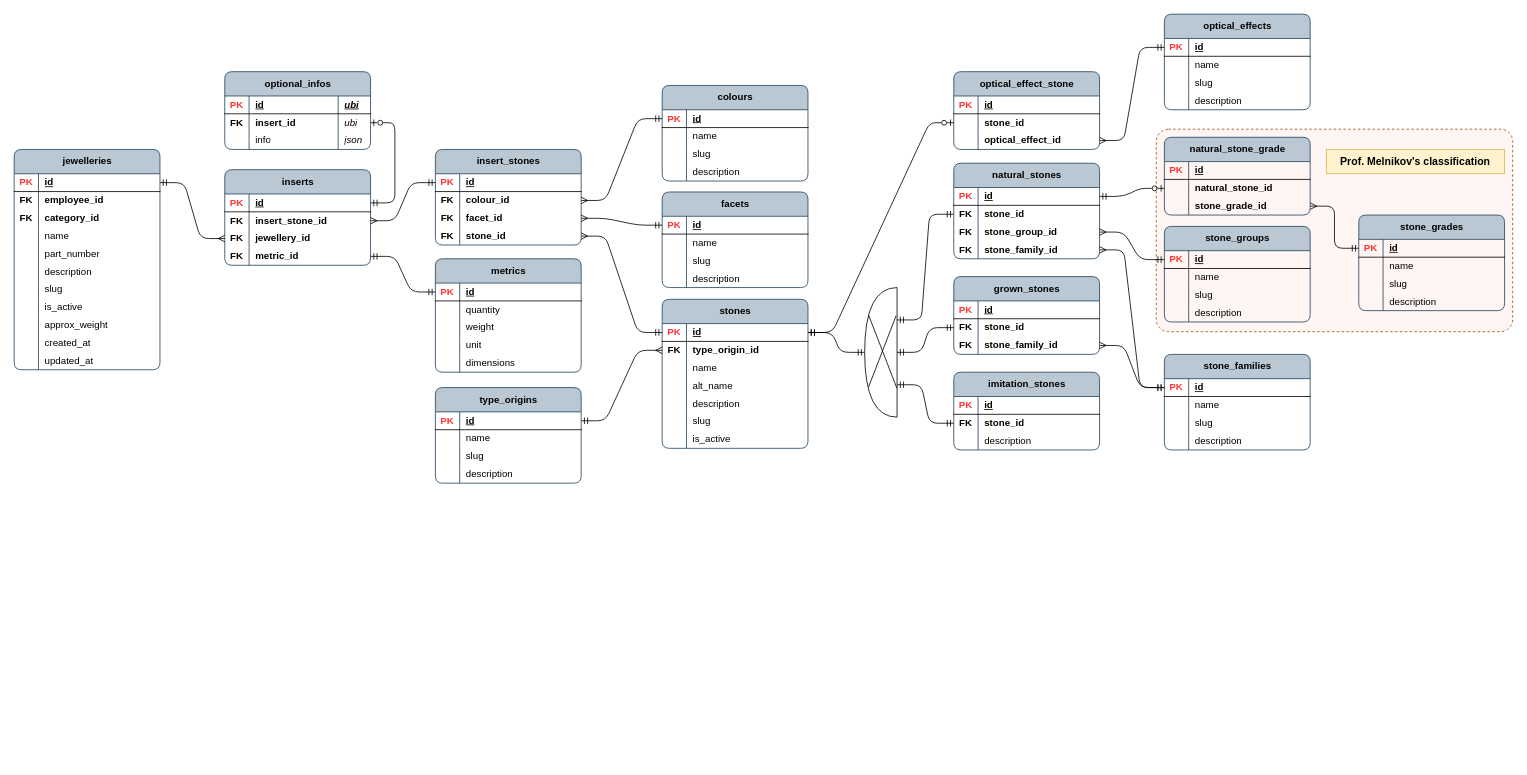
This is page "psql_inserts" (2 of 15) of publisher/laravel-app/psql_jewellery_items.drawio from Local-development-environment/msg-brokers-publisher-consumer, a draw.io file, before an edit. Source tidied: cells renumbered, new cells numbered last; positions are measured from the earlier drawing's top-left corner, leaving out a move shared by most shapes. Both pictures are drawn from the tidied source at 81%, with x=0, y=0 at pixel (14, 14).
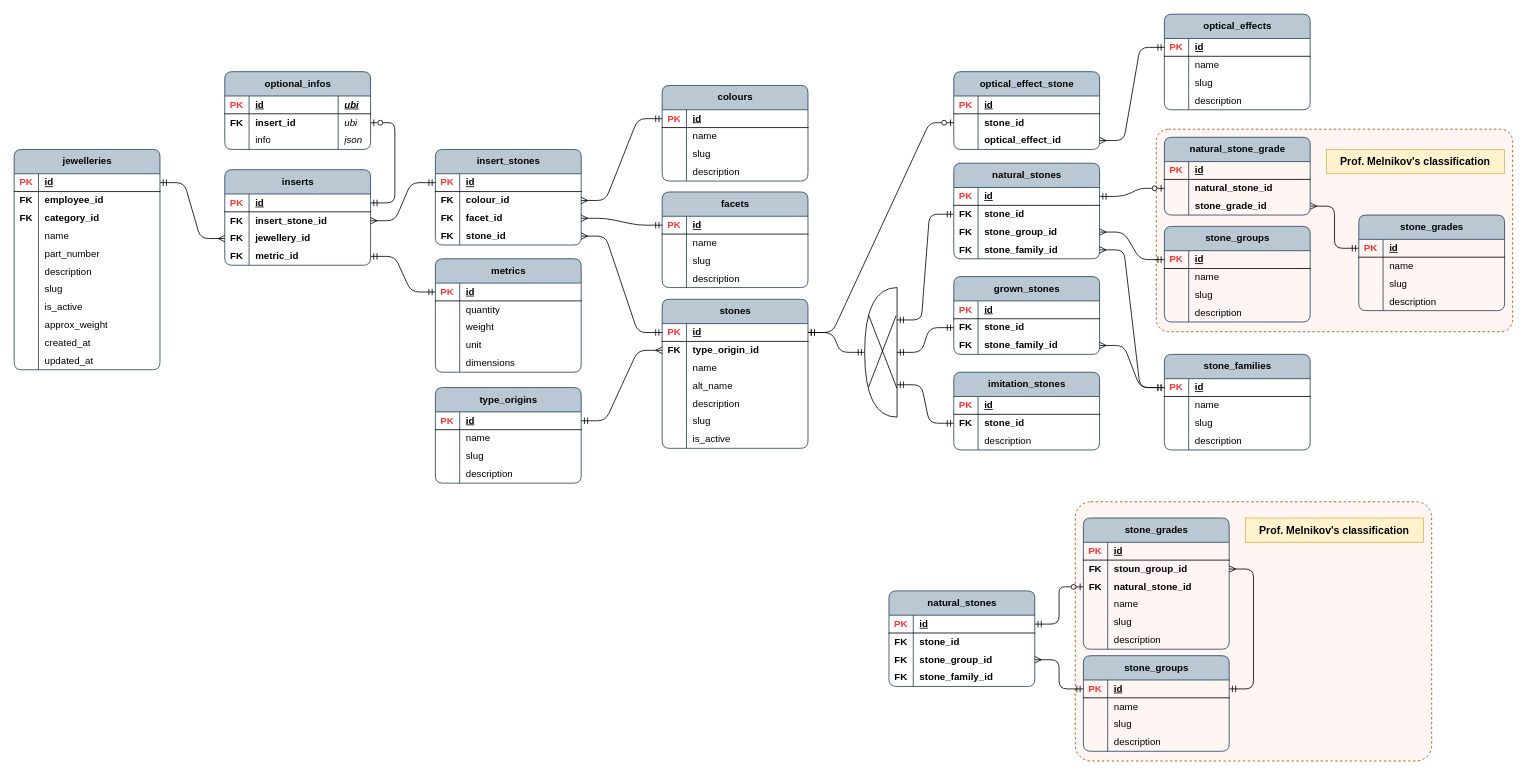
The same diagram, later.

What changed in the source:
```diff
@@
+    <mxCell id="281" style="rounded=1;whiteSpace=wrap;html=1;fillOpacity=100;dashed=1;strokeColor=#994C00;arcSize=6;fillColor=#FFF5F2;fillStyle=solid;" parent="1" vertex="1">
+      <mxGeometry x="1310" y="602" width="440" height="320" as="geometry" />
+    </mxCell>
+    <mxCell id="282" value="stone_groups" style="shape=table;startSize=30;childLayout=tableLayout;rowLines=0;fontStyle=1;align=center;html=1;rounded=1;labelBackgroundColor=none;swimlaneFillColor=none;fillColor=#bac8d3;strokeColor=#23445d;arcSize=10;" parent="1" vertex="1">
+      <mxGeometry x="1320" y="792" width="180" height="118" as="geometry" />
+    </mxCell>
+    <mxCell id="283" style="shape=tableRow;horizontal=0;startSize=0;swimlaneHead=0;swimlaneBody=0;fillColor=none;points=[[0,0.5],[1,0.5]];portConstraint=eastwest;top=0;left=0;right=0;bottom=1;rounded=1;labelBackgroundColor=none;swimlaneFillColor=none;strokeColor=default;shadow=0;" parent="282" vertex="1">
+      <mxGeometry y="30" width="180" height="22" as="geometry" />
+    </mxCell>
+    <mxCell id="284" value="&lt;font color=&quot;#ff3333&quot;&gt;PK&lt;/font&gt;" style="shape=partialRectangle;fillColor=none;top=0;left=0;bottom=0;right=0;fontStyle=1;overflow=hidden;whiteSpace=wrap;html=1;rounded=1;labelBackgroundColor=none;noLabel=0;" parent="283" vertex="1">
+      <mxGeometry width="30" height="22" as="geometry" />
+    </mxCell>
+    <mxCell id="285" value="id" style="shape=partialRectangle;fillColor=none;top=0;left=0;bottom=0;right=0;align=left;spacingLeft=6;fontStyle=5;overflow=hidden;whiteSpace=wrap;html=1;rounded=1;labelBackgroundColor=none;" parent="283" vertex="1">
+      <mxGeometry x="30" width="150" height="22" as="geometry" />
+    </mxCell>
+    <mxCell id="286" style="shape=tableRow;horizontal=0;startSize=0;swimlaneHead=0;swimlaneBody=0;fillColor=none;top=0;left=0;right=0;bottom=0;rounded=1;labelBackgroundColor=none;" parent="282" vertex="1">
+      <mxGeometry y="52" width="180" height="22" as="geometry" />
+    </mxCell>
+    <mxCell id="287" style="shape=partialRectangle;fillColor=none;top=0;left=0;bottom=0;right=0;overflow=hidden;whiteSpace=wrap;html=1;rounded=1;labelBackgroundColor=none;" parent="286" vertex="1">
+      <mxGeometry width="30" height="22" as="geometry" />
+    </mxCell>
+    <mxCell id="288" value="name" style="shape=partialRectangle;fillColor=none;top=0;left=0;bottom=0;right=0;align=left;spacingLeft=6;overflow=hidden;whiteSpace=wrap;html=1;rounded=1;labelBackgroundColor=none;" parent="286" vertex="1">
+      <mxGeometry x="30" width="150" height="22" as="geometry" />
+    </mxCell>
+    <mxCell id="289" style="shape=tableRow;horizontal=0;startSize=0;swimlaneHead=0;swimlaneBody=0;fillColor=none;top=0;left=0;right=0;bottom=0;rounded=1;labelBackgroundColor=none;" parent="282" vertex="1">
+      <mxGeometry y="74" width="180" height="22" as="geometry" />
+    </mxCell>
+    <mxCell id="290" style="shape=partialRectangle;fillColor=none;top=0;left=0;bottom=0;right=0;overflow=hidden;whiteSpace=wrap;html=1;rounded=1;labelBackgroundColor=none;" parent="289" vertex="1">
+      <mxGeometry width="30" height="22" as="geometry" />
+    </mxCell>
+    <mxCell id="291" value="slug" style="shape=partialRectangle;fillColor=none;top=0;left=0;bottom=0;right=0;align=left;spacingLeft=6;overflow=hidden;whiteSpace=wrap;html=1;rounded=1;labelBackgroundColor=none;" parent="289" vertex="1">
+      <mxGeometry x="30" width="150" height="22" as="geometry" />
+    </mxCell>
+    <mxCell id="292" style="shape=tableRow;horizontal=0;startSize=0;swimlaneHead=0;swimlaneBody=0;fillColor=none;top=0;left=0;right=0;bottom=0;rounded=1;labelBackgroundColor=none;" parent="282" vertex="1">
+      <mxGeometry y="96" width="180" height="22" as="geometry" />
+    </mxCell>
+    <mxCell id="293" style="shape=partialRectangle;fillColor=none;top=0;left=0;bottom=0;right=0;overflow=hidden;whiteSpace=wrap;html=1;rounded=1;labelBackgroundColor=none;" parent="292" vertex="1">
+      <mxGeometry width="30" height="22" as="geometry" />
+    </mxCell>
+    <mxCell id="294" value="description" style="shape=partialRectangle;fillColor=none;top=0;left=0;bottom=0;right=0;align=left;spacingLeft=6;overflow=hidden;whiteSpace=wrap;html=1;rounded=1;labelBackgroundColor=none;" parent="292" vertex="1">
+      <mxGeometry x="30" width="150" height="22" as="geometry" />
+    </mxCell>
+    <mxCell id="295" value="stone_grades" style="shape=table;startSize=30;childLayout=tableLayout;rowLines=0;fontStyle=1;align=center;html=1;rounded=1;labelBackgroundColor=none;swimlaneFillColor=none;fillColor=#bac8d3;strokeColor=#23445d;arcSize=10;" parent="1" vertex="1">
+      <mxGeometry x="1320" y="622" width="180" height="162" as="geometry" />
+    </mxCell>
+    <mxCell id="296" style="shape=tableRow;horizontal=0;startSize=0;swimlaneHead=0;swimlaneBody=0;fillColor=none;top=0;left=0;right=0;bottom=1;rounded=1;labelBackgroundColor=none;swimlaneFillColor=none;strokeColor=default;shadow=0;" parent="295" vertex="1">
+      <mxGeometry y="30" width="180" height="22" as="geometry" />
+    </mxCell>
+    <mxCell id="297" value="&lt;font color=&quot;#ff3333&quot;&gt;PK&lt;/font&gt;" style="shape=partialRectangle;fillColor=none;top=0;left=0;bottom=0;right=0;fontStyle=1;overflow=hidden;whiteSpace=wrap;html=1;rounded=1;labelBackgroundColor=none;noLabel=0;" parent="296" vertex="1">
+      <mxGeometry width="30" height="22" as="geometry" />
+    </mxCell>
+    <mxCell id="298" value="id" style="shape=partialRectangle;fillColor=none;top=0;left=0;bottom=0;right=0;align=left;spacingLeft=6;fontStyle=5;overflow=hidden;whiteSpace=wrap;html=1;rounded=1;labelBackgroundColor=none;" parent="296" vertex="1">
+      <mxGeometry x="30" width="150" height="22" as="geometry" />
+    </mxCell>
+    <mxCell id="299" style="shape=tableRow;horizontal=0;startSize=0;swimlaneHead=0;swimlaneBody=0;fillColor=none;points=[[0,0.5],[1,0.5]];portConstraint=eastwest;top=0;left=0;right=0;bottom=0;rounded=1;labelBackgroundColor=none;" parent="295" vertex="1">
+      <mxGeometry y="52" width="180" height="22" as="geometry" />
+    </mxCell>
+    <mxCell id="300" value="&lt;b&gt;FK&lt;/b&gt;" style="shape=partialRectangle;fillColor=none;top=0;left=0;bottom=0;right=0;overflow=hidden;whiteSpace=wrap;html=1;rounded=1;labelBackgroundColor=none;" parent="299" vertex="1">
+      <mxGeometry width="30" height="22" as="geometry" />
+    </mxCell>
+    <mxCell id="301" value="&lt;b&gt;stoun_group_id&lt;/b&gt;" style="shape=partialRectangle;fillColor=none;top=0;left=0;bottom=0;right=0;align=left;spacingLeft=6;overflow=hidden;whiteSpace=wrap;html=1;rounded=1;labelBackgroundColor=none;" parent="299" vertex="1">
+      <mxGeometry x="30" width="150" height="22" as="geometry" />
+    </mxCell>
+    <mxCell id="302" style="shape=tableRow;horizontal=0;startSize=0;swimlaneHead=0;swimlaneBody=0;fillColor=none;points=[[0,0.5],[1,0.5]];portConstraint=eastwest;top=0;left=0;right=0;bottom=0;rounded=1;labelBackgroundColor=none;" parent="295" vertex="1">
+      <mxGeometry y="74" width="180" height="22" as="geometry" />
+    </mxCell>
+    <mxCell id="303" value="&lt;b&gt;FK&lt;/b&gt;" style="shape=partialRectangle;fillColor=none;top=0;left=0;bottom=0;right=0;overflow=hidden;whiteSpace=wrap;html=1;rounded=1;labelBackgroundColor=none;" parent="302" vertex="1">
+      <mxGeometry width="30" height="22" as="geometry" />
+    </mxCell>
+    <mxCell id="304" value="&lt;b&gt;natural_stone_id&lt;/b&gt;" style="shape=partialRectangle;fillColor=none;top=0;left=0;bottom=0;right=0;align=left;spacingLeft=6;overflow=hidden;whiteSpace=wrap;html=1;rounded=1;labelBackgroundColor=none;" parent="302" vertex="1">
+      <mxGeometry x="30" width="150" height="22" as="geometry" />
+    </mxCell>
+    <mxCell id="305" style="shape=tableRow;horizontal=0;startSize=0;swimlaneHead=0;swimlaneBody=0;fillColor=none;top=0;left=0;right=0;bottom=0;rounded=1;labelBackgroundColor=none;" parent="295" vertex="1">
+      <mxGeometry y="96" width="180" height="22" as="geometry" />
+    </mxCell>
+    <mxCell id="306" style="shape=partialRectangle;fillColor=none;top=0;left=0;bottom=0;right=0;overflow=hidden;whiteSpace=wrap;html=1;rounded=1;labelBackgroundColor=none;" parent="305" vertex="1">
+      <mxGeometry width="30" height="22" as="geometry" />
+    </mxCell>
+    <mxCell id="307" value="name" style="shape=partialRectangle;fillColor=none;top=0;left=0;bottom=0;right=0;align=left;spacingLeft=6;overflow=hidden;whiteSpace=wrap;html=1;rounded=1;labelBackgroundColor=none;" parent="305" vertex="1">
+      <mxGeometry x="30" width="150" height="22" as="geometry" />
+    </mxCell>
+    <mxCell id="308" style="shape=tableRow;horizontal=0;startSize=0;swimlaneHead=0;swimlaneBody=0;fillColor=none;top=0;left=0;right=0;bottom=0;rounded=1;labelBackgroundColor=none;" parent="295" vertex="1">
+      <mxGeometry y="118" width="180" height="22" as="geometry" />
+    </mxCell>
+    <mxCell id="309" style="shape=partialRectangle;fillColor=none;top=0;left=0;bottom=0;right=0;overflow=hidden;whiteSpace=wrap;html=1;rounded=1;labelBackgroundColor=none;" parent="308" vertex="1">
+      <mxGeometry width="30" height="22" as="geometry" />
+    </mxCell>
+    <mxCell id="310" value="slug" style="shape=partialRectangle;fillColor=none;top=0;left=0;bottom=0;right=0;align=left;spacingLeft=6;overflow=hidden;whiteSpace=wrap;html=1;rounded=1;labelBackgroundColor=none;" parent="308" vertex="1">
+      <mxGeometry x="30" width="150" height="22" as="geometry" />
+    </mxCell>
+    <mxCell id="311" style="shape=tableRow;horizontal=0;startSize=0;swimlaneHead=0;swimlaneBody=0;fillColor=none;top=0;left=0;right=0;bottom=0;rounded=1;labelBackgroundColor=none;" parent="295" vertex="1">
+      <mxGeometry y="140" width="180" height="22" as="geometry" />
+    </mxCell>
+    <mxCell id="312" style="shape=partialRectangle;fillColor=none;top=0;left=0;bottom=0;right=0;overflow=hidden;whiteSpace=wrap;html=1;rounded=1;labelBackgroundColor=none;" parent="311" vertex="1">
+      <mxGeometry width="30" height="22" as="geometry" />
+    </mxCell>
+    <mxCell id="313" value="description" style="shape=partialRectangle;fillColor=none;top=0;left=0;bottom=0;right=0;align=left;spacingLeft=6;overflow=hidden;whiteSpace=wrap;html=1;rounded=1;labelBackgroundColor=none;" parent="311" vertex="1">
+      <mxGeometry x="30" width="150" height="22" as="geometry" />
+    </mxCell>
+    <mxCell id="314" value="&lt;b&gt;&lt;font style=&quot;font-size: 13px;&quot;&gt;Prof. Melnikov's classification&lt;/font&gt;&lt;/b&gt;" style="text;html=1;align=center;verticalAlign=middle;whiteSpace=wrap;rounded=0;strokeColor=#d6b656;strokeWidth=1;fillColor=#fff2cc;" parent="1" vertex="1">
+      <mxGeometry x="1520" y="622" width="220" height="30" as="geometry" />
+    </mxCell>
+    <mxCell id="315" style="edgeStyle=entityRelationEdgeStyle;fontSize=12;html=1;endArrow=ERmany;rounded=1;curved=0;startArrow=ERmandOne;startFill=0;exitX=1;exitY=0.5;exitDx=0;exitDy=0;entryX=1;entryY=0.5;entryDx=0;entryDy=0;" parent="1" edge="1" source="283" target="299">
+      <mxGeometry relative="1" as="geometry" />
+    </mxCell>
+    <mxCell id="316" value="natural_stones" style="shape=table;startSize=30;childLayout=tableLayout;rowLines=0;fontStyle=1;align=center;html=1;rounded=1;labelBackgroundColor=none;swimlaneFillColor=none;fillColor=#bac8d3;strokeColor=#23445d;arcSize=10;" parent="1" vertex="1">
+      <mxGeometry x="1080" y="712" width="180" height="118" as="geometry" />
+    </mxCell>
+    <mxCell id="317" style="shape=tableRow;horizontal=0;startSize=0;swimlaneHead=0;swimlaneBody=0;fillColor=none;points=[[0,0.5],[1,0.5]];portConstraint=eastwest;top=0;left=0;right=0;bottom=1;rounded=1;labelBackgroundColor=none;swimlaneFillColor=none;strokeColor=default;shadow=0;" parent="316" vertex="1">
+      <mxGeometry y="30" width="180" height="22" as="geometry" />
+    </mxCell>
+    <mxCell id="318" value="&lt;font color=&quot;#ff3333&quot;&gt;PK&lt;/font&gt;" style="shape=partialRectangle;fillColor=none;top=0;left=0;bottom=0;right=0;fontStyle=1;overflow=hidden;whiteSpace=wrap;html=1;rounded=1;labelBackgroundColor=none;noLabel=0;" parent="317" vertex="1">
+      <mxGeometry width="30" height="22" as="geometry" />
+    </mxCell>
+    <mxCell id="319" value="id" style="shape=partialRectangle;fillColor=none;top=0;left=0;bottom=0;right=0;align=left;spacingLeft=6;fontStyle=5;overflow=hidden;whiteSpace=wrap;html=1;rounded=1;labelBackgroundColor=none;" parent="317" vertex="1">
+      <mxGeometry x="30" width="150" height="22" as="geometry" />
+    </mxCell>
+    <mxCell id="320" style="shape=tableRow;horizontal=0;startSize=0;swimlaneHead=0;swimlaneBody=0;fillColor=none;top=0;left=0;right=0;bottom=0;rounded=1;labelBackgroundColor=none;" parent="316" vertex="1">
+      <mxGeometry y="52" width="180" height="22" as="geometry" />
+    </mxCell>
+    <mxCell id="321" value="&lt;b&gt;FK&lt;/b&gt;" style="shape=partialRectangle;fillColor=none;top=0;left=0;bottom=0;right=0;overflow=hidden;whiteSpace=wrap;html=1;rounded=1;labelBackgroundColor=none;" parent="320" vertex="1">
+      <mxGeometry width="30" height="22" as="geometry" />
+    </mxCell>
+    <mxCell id="322" value="&lt;b&gt;stone_id&lt;/b&gt;" style="shape=partialRectangle;fillColor=none;top=0;left=0;bottom=0;right=0;align=left;spacingLeft=6;overflow=hidden;whiteSpace=wrap;html=1;rounded=1;labelBackgroundColor=none;" parent="320" vertex="1">
+      <mxGeometry x="30" width="150" height="22" as="geometry" />
+    </mxCell>
+    <mxCell id="323" style="shape=tableRow;horizontal=0;startSize=0;swimlaneHead=0;swimlaneBody=0;fillColor=none;points=[[0,0.5],[1,0.5]];portConstraint=eastwest;top=0;left=0;right=0;bottom=0;rounded=1;labelBackgroundColor=none;" parent="316" vertex="1">
+      <mxGeometry y="74" width="180" height="22" as="geometry" />
+    </mxCell>
+    <mxCell id="324" value="&lt;b&gt;FK&lt;/b&gt;" style="shape=partialRectangle;fillColor=none;top=0;left=0;bottom=0;right=0;overflow=hidden;whiteSpace=wrap;html=1;rounded=1;labelBackgroundColor=none;" parent="323" vertex="1">
+      <mxGeometry width="30" height="22" as="geometry" />
+    </mxCell>
+    <mxCell id="325" value="&lt;b&gt;stone_group_id&lt;/b&gt;" style="shape=partialRectangle;fillColor=none;top=0;left=0;bottom=0;right=0;align=left;spacingLeft=6;overflow=hidden;whiteSpace=wrap;html=1;rounded=1;labelBackgroundColor=none;" parent="323" vertex="1">
+      <mxGeometry x="30" width="150" height="22" as="geometry" />
+    </mxCell>
+    <mxCell id="326" style="shape=tableRow;horizontal=0;startSize=0;swimlaneHead=0;swimlaneBody=0;fillColor=none;top=0;left=0;right=0;bottom=0;rounded=1;labelBackgroundColor=none;" parent="316" vertex="1">
+      <mxGeometry y="96" width="180" height="22" as="geometry" />
+    </mxCell>
+    <mxCell id="327" value="&lt;b&gt;FK&lt;/b&gt;" style="shape=partialRectangle;fillColor=none;top=0;left=0;bottom=0;right=0;overflow=hidden;whiteSpace=wrap;html=1;rounded=1;labelBackgroundColor=none;" parent="326" vertex="1">
+      <mxGeometry width="30" height="22" as="geometry" />
+    </mxCell>
+    <mxCell id="328" value="&lt;b&gt;stone_family_id&lt;/b&gt;" style="shape=partialRectangle;fillColor=none;top=0;left=0;bottom=0;right=0;align=left;spacingLeft=6;overflow=hidden;whiteSpace=wrap;html=1;rounded=1;labelBackgroundColor=none;" parent="326" vertex="1">
+      <mxGeometry x="30" width="150" height="22" as="geometry" />
+    </mxCell>
+    <mxCell id="329" style="edgeStyle=entityRelationEdgeStyle;fontSize=12;html=1;endArrow=ERmany;rounded=1;curved=0;entryX=1;entryY=0.5;entryDx=0;entryDy=0;startArrow=ERmandOne;startFill=0;exitX=0;exitY=0.5;exitDx=0;exitDy=0;" parent="1" edge="1" source="283" target="323">
+      <mxGeometry relative="1" as="geometry" />
+    </mxCell>
+    <mxCell id="330" style="edgeStyle=entityRelationEdgeStyle;fontSize=12;html=1;endArrow=ERzeroToOne;startArrow=ERmandOne;rounded=1;curved=0;entryX=0;entryY=0.5;entryDx=0;entryDy=0;perimeterSpacing=0;exitX=1;exitY=0.5;exitDx=0;exitDy=0;endFill=0;" parent="1" edge="1" source="317" target="302">
+      <mxGeometry relative="1" as="geometry" />
+    </mxCell>
```
